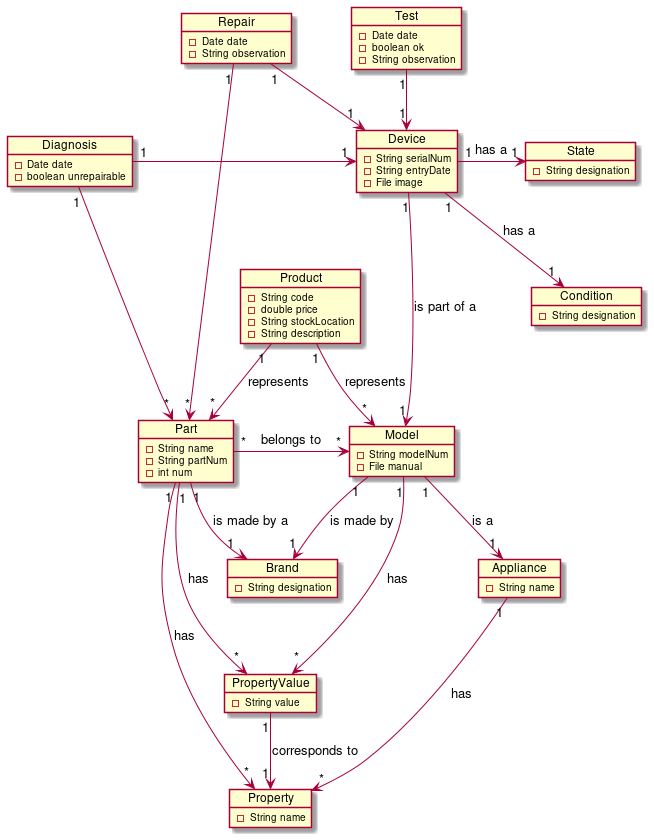
Earlier version of the PlantUML export doc/domain_model.png (antonoliv/smartsolutions). Source of this version:
```plantuml
@startuml

hide methods



object Product {
    -String code
    -double price
    -String stockLocation
    -String description
}

object PropertyValue {
    -String value
}

object Device {
    -String serialNum
    -String entryDate
    -File image
}

object State {
    -String designation
}

object Condition {
    -String designation
}

object Appliance {
    -String name
}

object Property {
    -String name
}

object Model {
    -String modelNum
    -File manual
}

object Brand {
    -String designation
}

object Part {
     -String name
     -String partNum
     -int num
}

object Repair {
    -Date date
    -String observation
}

object Test {
    -Date date
    -boolean ok
    -String observation
}

object Diagnosis {
    -Date date
    -boolean unrepairable
}

Product "1" --> "*" Model: represents
Product "1" --> "*" Part: represents

Device "1" -r-> "1" State: has a
Device "1" ---> "1" Model: is part of a
Device "1" --> "1" Condition: has a

Part "*" -r-> "*" Model: belongs to
Part "1" ---> "*" Property: has
Part "1" ---> "*" PropertyValue: has
Part "1" --> "1" Brand: is made by a

Model "1" --> "*" PropertyValue: has
Model "1" --> "1" Brand: is made by
Model "1" --> "1" Appliance: is a

Appliance "1" ---> "*" Property: has

PropertyValue "1" --> "1" Property: corresponds to

Repair "1" --> "1" Device
Repair "1" --> "*" Part

Test "1" --> "1" Device

Diagnosis "1" -r-> "1" Device
Diagnosis "1" --> "*" Part


@enduml
```
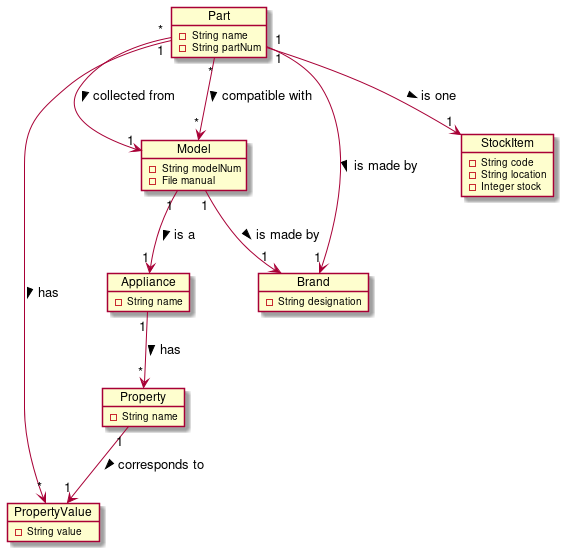
After the commit.

What changed in the source:
```diff
@@ -1,33 +1,6 @@
 @startuml
 
 hide methods
-
-
-
-object Product {
-    -String code
-    -double price
-    -String stockLocation
-    -String description
-}
-
-object PropertyValue {
-    -String value
-}
-
-object Device {
-    -String serialNum
-    -String entryDate
-    -File image
-}
-
-object State {
-    -String designation
-}
-
-object Condition {
-    -String designation
-}
 
 object Appliance {
     -String name
@@ -35,6 +8,10 @@
 
 object Property {
     -String name
+}
+
+object PropertyValue {
+    -String value
 }
 
 object Model {
@@ -49,52 +26,24 @@
 object Part {
      -String name
      -String partNum
-     -int num
 }
 
-object Repair {
-    -Date date
-    -String observation
+object StockItem {
+    -String code
+    -String location
+    -Integer stock
 }
 
-object Test {
-    -Date date
-    -boolean ok
-    -String observation
-}
+Part "*" --> "1" Model: collected from >
+Part "*" --> "*" Model: compatible with >
+Part "1" --> "1" StockItem: is one >
+Part "1" --> "1" Brand: is made by >
 
-object Diagnosis {
-    -Date date
-    -boolean unrepairable
-}
+Model "1" --> "1" Brand: is made by >
+Model "1" --> "1" Appliance: is a >
 
-Product "1" --> "*" Model: represents
-Product "1" --> "*" Part: represents
-
-Device "1" -r-> "1" State: has a
-Device "1" ---> "1" Model: is part of a
-Device "1" --> "1" Condition: has a
-
-Part "*" -r-> "*" Model: belongs to
-Part "1" ---> "*" Property: has
-Part "1" ---> "*" PropertyValue: has
-Part "1" --> "1" Brand: is made by a
-
-Model "1" --> "*" PropertyValue: has
-Model "1" --> "1" Brand: is made by
-Model "1" --> "1" Appliance: is a
-
-Appliance "1" ---> "*" Property: has
-
-PropertyValue "1" --> "1" Property: corresponds to
-
-Repair "1" --> "1" Device
-Repair "1" --> "*" Part
-
-Test "1" --> "1" Device
-
-Diagnosis "1" -r-> "1" Device
-Diagnosis "1" --> "*" Part
-
+Appliance "1" --> "*" Property: has >
+Property "1" --> "1" PropertyValue: corresponds to >
+Part "1" --> "*" PropertyValue: has >
 
 @enduml
```
